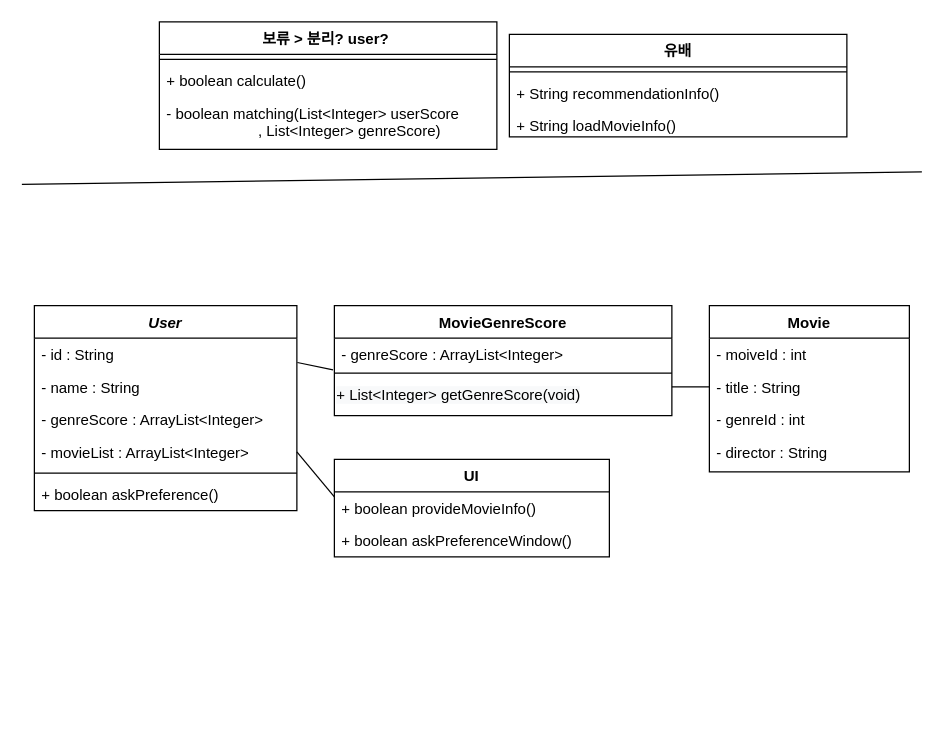
SoftwareEngineering-Gotcha/MovieRecommendation keeps this draw.io diagram as UML.drawio. Above is the earlier version. Source tidied: cells renumbered, new cells numbered last; positions are measured from the earlier drawing's top-left corner, leaving out a move shared by most shapes. Both pictures are drawn from the tidied source at 125%, with x=0, y=0 at pixel (21, 21).
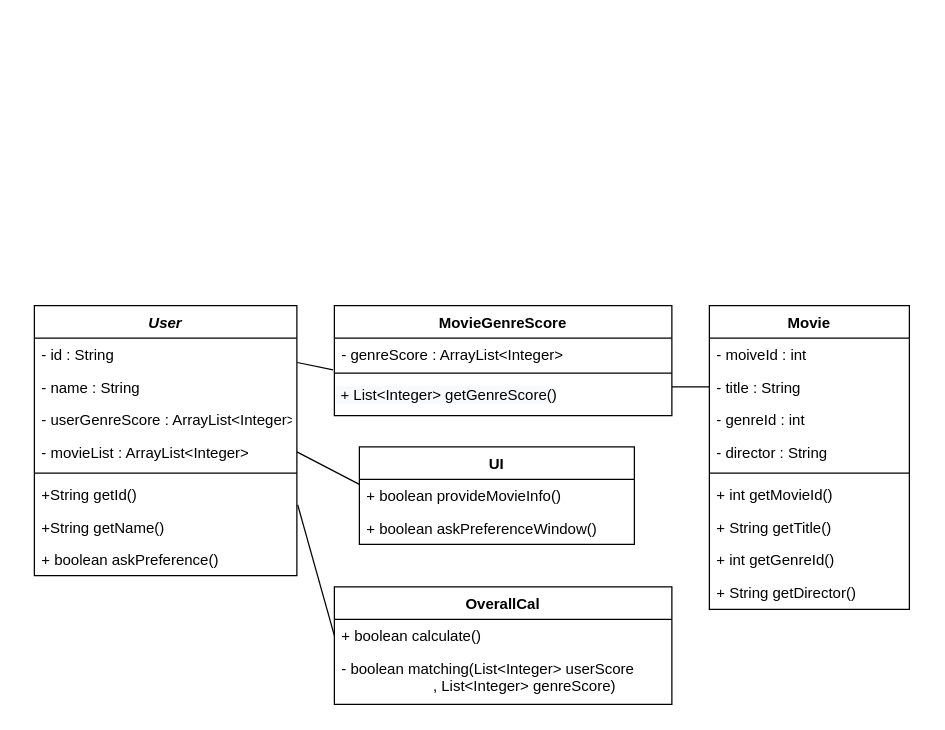
Above is the later version.

Commit message (it also covers changes not shown here):
add UMLpdf, edit uml

Unchanged cells that the change refers to:
```xml
<mxCell id="14" value="MovieGenreScore" style="swimlane;fontStyle=1;align=center;verticalAlign=top;horizontal=1;startSize=26;" parent="1" vertex="1">
  <mxGeometry x="250" y="227" width="270" height="88" as="geometry" />
</mxCell>
```

What changed in the source:
```diff
@@
     <mxCell id="2" value="User" style="swimlane;fontStyle=3;align=center;verticalAlign=top;horizontal=1;startSize=26;rounded=0;shadow=0;strokeWidth=1;" parent="1" vertex="1">
-      <mxGeometry x="10" y="227" width="210" height="164" as="geometry" />
+      <mxGeometry x="10" y="227" width="210" height="216" as="geometry" />
     </mxCell>
@@
-    <mxCell id="5" value="- genreScore : ArrayList&lt;Integer&gt;" style="text;align=left;verticalAlign=top;spacingLeft=4;spacingRight=4;overflow=hidden;rounded=0;shadow=0;html=0;" parent="2" vertex="1">
+    <mxCell id="5" value="- userGenreScore : ArrayList&lt;Integer&gt;" style="text;align=left;verticalAlign=top;spacingLeft=4;spacingRight=4;overflow=hidden;rounded=0;shadow=0;html=0;" parent="2" vertex="1">
       <mxGeometry y="78" width="210" height="26" as="geometry" />
     </mxCell>
@@
+    <mxCell id="33" value="+String getId()" style="text;align=left;verticalAlign=top;spacingLeft=4;spacingRight=4;overflow=hidden;points=[[0,0.5],[1,0.5]];portConstraint=eastwest;" parent="2" vertex="1">
+      <mxGeometry y="138" width="210" height="26" as="geometry" />
+    </mxCell>
+    <mxCell id="34" value="+String getName()" style="text;align=left;verticalAlign=top;spacingLeft=4;spacingRight=4;overflow=hidden;" parent="2" vertex="1">
+      <mxGeometry y="164" width="210" height="26" as="geometry" />
+    </mxCell>
     <mxCell id="8" value="+ boolean askPreference()" style="text;align=left;verticalAlign=top;spacingLeft=4;spacingRight=4;overflow=hidden;" parent="2" vertex="1">
-      <mxGeometry y="138" width="210" height="26" as="geometry" />
+      <mxGeometry y="190" width="210" height="26" as="geometry" />
     </mxCell>
     <mxCell id="9" value="Movie" style="swimlane;fontStyle=1;align=center;verticalAlign=top;horizontal=1;startSize=26;rounded=0;shadow=0;strokeWidth=1;" parent="1" vertex="1">
-      <mxGeometry x="550" y="227" width="160" height="133" as="geometry" />
+      <mxGeometry x="550" y="227" width="160" height="243" as="geometry" />
     </mxCell>
@@
+    <mxCell id="16" style="line;strokeWidth=1;fillColor=none;align=left;verticalAlign=middle;spacingTop=-1;spacingLeft=3;spacingRight=3;labelPosition=right;" parent="9" vertex="1">
+      <mxGeometry y="130" width="160" height="8" as="geometry" />
+    </mxCell>
+    <mxCell id="35" value="+ int getMovieId()&#10;" style="text;align=left;verticalAlign=top;spacingLeft=4;spacingRight=4;overflow=hidden;rounded=0;shadow=0;html=0;" parent="9" vertex="1">
+      <mxGeometry y="138" width="160" height="26" as="geometry" />
+    </mxCell>
+    <mxCell id="36" value="+ String getTitle()&#10;" style="text;align=left;verticalAlign=top;spacingLeft=4;spacingRight=4;overflow=hidden;rounded=0;shadow=0;html=0;" parent="9" vertex="1">
+      <mxGeometry y="164" width="160" height="26" as="geometry" />
+    </mxCell>
+    <mxCell id="37" value="+ int getGenreId()&#10;" style="text;align=left;verticalAlign=top;spacingLeft=4;spacingRight=4;overflow=hidden;rounded=0;shadow=0;html=0;" parent="9" vertex="1">
+      <mxGeometry y="190" width="160" height="26" as="geometry" />
+    </mxCell>
+    <mxCell id="38" value="+ String getDirector()&#10;" style="text;align=left;verticalAlign=top;spacingLeft=4;spacingRight=4;overflow=hidden;rounded=0;shadow=0;html=0;" parent="9" vertex="1">
+      <mxGeometry y="216" width="160" height="26" as="geometry" />
+    </mxCell>
@@
-    <mxCell id="16" style="line;strokeWidth=1;fillColor=none;align=left;verticalAlign=middle;spacingTop=-1;spacingLeft=3;spacingRight=3;labelPosition=right;" parent="14" vertex="1">
-      <mxGeometry y="50" width="270" height="8" as="geometry" />
-    </mxCell>
+    <mxCell id="39" style="line;strokeWidth=1;fillColor=none;align=left;verticalAlign=middle;spacingTop=-1;spacingLeft=3;spacingRight=3;labelPosition=right;" parent="14" vertex="1">
+      <mxGeometry y="50" width="270" height="8" as="geometry" />
+    </mxCell>
-    <mxCell id="17" value="&lt;span style=&quot;color: rgb(0, 0, 0); font-family: helvetica; font-size: 12px; font-style: normal; font-weight: 400; letter-spacing: normal; text-align: left; text-indent: 0px; text-transform: none; word-spacing: 0px; background-color: rgb(248, 249, 250); display: inline; float: none;&quot;&gt;+ List&amp;lt;Integer&amp;gt; getGenreScore(void)&lt;/span&gt;" style="text;whiteSpace=wrap;html=1;" parent="14" vertex="1">
+    <mxCell id="17" value="&lt;span style=&quot;color: rgb(0 , 0 , 0) ; font-family: &amp;#34;helvetica&amp;#34; ; font-size: 12px ; font-style: normal ; font-weight: 400 ; letter-spacing: normal ; text-align: left ; text-indent: 0px ; text-transform: none ; word-spacing: 0px ; background-color: rgb(248 , 249 , 250) ; display: inline ; float: none&quot;&gt;&amp;nbsp;+ List&amp;lt;Integer&amp;gt; getGenreScore()&lt;/span&gt;" style="text;whiteSpace=wrap;html=1;" parent="14" vertex="1">
       <mxGeometry y="58" width="270" height="30" as="geometry" />
     </mxCell>
-    <mxCell id="18" value="유배" style="swimlane;fontStyle=1;align=center;verticalAlign=top;horizontal=1;startSize=26;" parent="1" vertex="1">
-      <mxGeometry x="390" y="10" width="270" height="82" as="geometry" />
-    </mxCell>
-    <mxCell id="19" style="line;strokeWidth=1;fillColor=none;align=left;verticalAlign=middle;spacingTop=-1;spacingLeft=3;spacingRight=3;labelPosition=right;" parent="18" vertex="1">
-      <mxGeometry y="26" width="270" height="8" as="geometry" />
-    </mxCell>
-    <mxCell id="20" value="+ String recommendationInfo()" style="text;strokeColor=none;fillColor=none;align=left;verticalAlign=top;spacingLeft=4;spacingRight=4;overflow=hidden;" parent="18" vertex="1">
-      <mxGeometry y="34" width="270" height="26" as="geometry" />
-    </mxCell>
-    <mxCell id="21" value="+ String loadMovieInfo()" style="text;align=left;verticalAlign=top;spacingLeft=4;spacingRight=4;overflow=hidden;" parent="18" vertex="1">
-      <mxGeometry y="60" width="270" height="22" as="geometry" />
-    </mxCell>
@@
-    <mxCell id="24" value="보류 &gt; 분리? user? " style="swimlane;fontStyle=1;align=center;verticalAlign=top;horizontal=1;startSize=26;" parent="1" vertex="1">
-      <mxGeometry x="110" width="270" height="102" as="geometry" />
-    </mxCell>
-    <mxCell id="25" style="line;strokeWidth=1;fillColor=none;align=left;verticalAlign=middle;spacingTop=-1;spacingLeft=3;spacingRight=3;labelPosition=right;" parent="24" vertex="1">
-      <mxGeometry y="26" width="270" height="8" as="geometry" />
-    </mxCell>
-    <mxCell id="26" value="+ boolean calculate()" style="text;align=left;verticalAlign=top;spacingLeft=4;spacingRight=4;overflow=hidden;points=[[0,0.5],[1,0.5]];portConstraint=eastwest;" parent="24" vertex="1">
-      <mxGeometry y="34" width="270" height="26" as="geometry" />
-    </mxCell>
-    <mxCell id="27" value="- boolean matching(List&lt;Integer&gt; userScore&#10;                      , List&lt;Integer&gt; genreScore)&#10;" style="text;strokeColor=none;fillColor=none;align=left;verticalAlign=top;spacingLeft=4;spacingRight=4;overflow=hidden;" parent="24" vertex="1">
-      <mxGeometry y="60" width="270" height="42" as="geometry" />
-    </mxCell>
     <mxCell id="28" value="UI" style="swimlane;fontStyle=1;align=center;verticalAlign=top;horizontal=1;startSize=26;" parent="1" vertex="1">
-      <mxGeometry x="250" y="350" width="220" height="78" as="geometry" />
+      <mxGeometry x="270" y="340" width="220" height="78" as="geometry" />
     </mxCell>
@@
-    <mxCell id="31" style="endArrow=none;html=1;" parent="1" edge="1">
-      <mxGeometry relative="1" as="geometry">
-        <mxPoint y="130" as="sourcePoint" />
-        <mxPoint x="720" y="120" as="targetPoint" />
-      </mxGeometry>
-    </mxCell>
@@
+    <mxCell id="40" value="OverallCal" style="swimlane;fontStyle=1;align=center;verticalAlign=top;horizontal=1;startSize=26;" parent="1" vertex="1">
+      <mxGeometry x="250" y="452" width="270" height="94" as="geometry" />
+    </mxCell>
+    <mxCell id="26" value="+ boolean calculate()" style="text;align=left;verticalAlign=top;spacingLeft=4;spacingRight=4;overflow=hidden;points=[[0,0.5],[1,0.5]];portConstraint=eastwest;" parent="40" vertex="1">
+      <mxGeometry y="26" width="270" height="26" as="geometry" />
+    </mxCell>
+    <mxCell id="27" value="- boolean matching(List&lt;Integer&gt; userScore&#10;                      , List&lt;Integer&gt; genreScore)&#10;" style="text;strokeColor=none;fillColor=none;align=left;verticalAlign=top;spacingLeft=4;spacingRight=4;overflow=hidden;" parent="40" vertex="1">
+      <mxGeometry y="52" width="270" height="42" as="geometry" />
+    </mxCell>
+    <mxCell id="41" style="endArrow=none;html=1;entryX=1.003;entryY=0.818;entryDx=0;entryDy=0;exitX=0;exitY=0.5;exitDx=0;exitDy=0;entryPerimeter=0;" parent="1" edge="1" source="26" target="33">
+      <mxGeometry relative="1" as="geometry" />
+    </mxCell>
```
